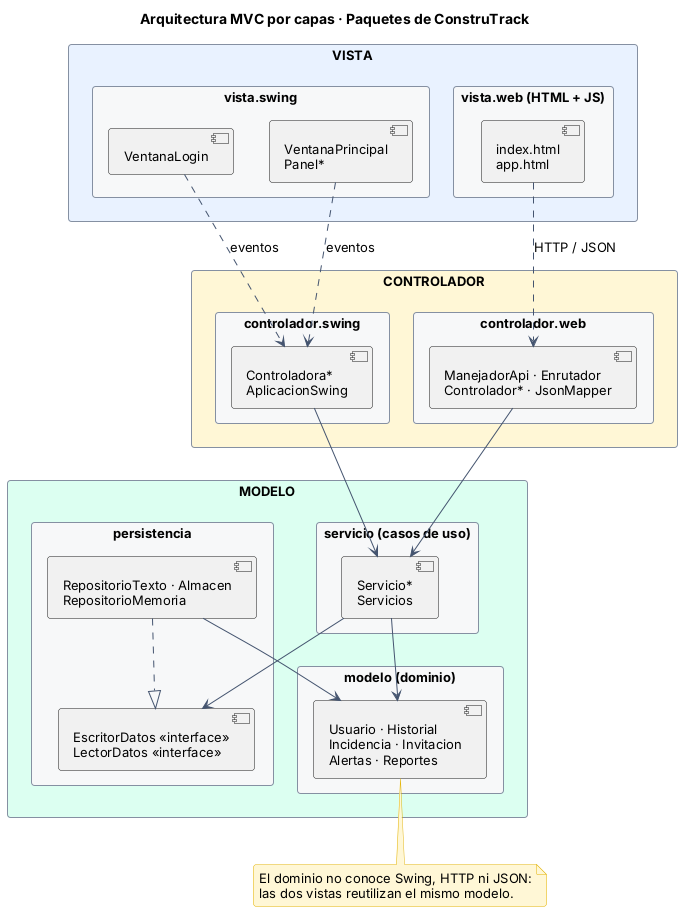
The PlantUML diagram docs/diagramas/img/paquetes_mvc.png in diavolo34/Proyecto-Poo, before a commit.
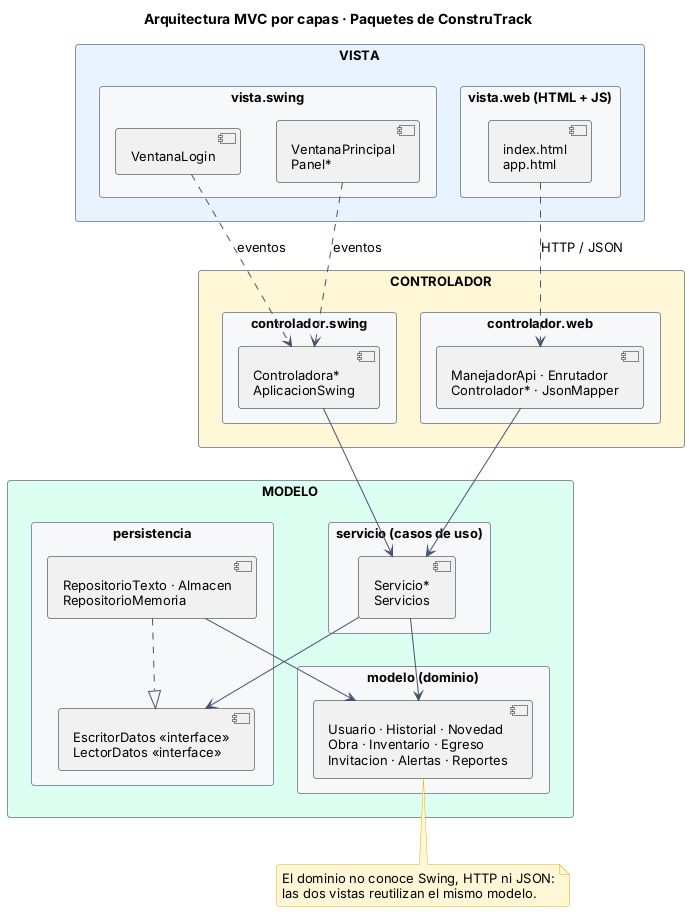
The same file after the commit.

Diff of the diagram source:
```diff
@@ -25,7 +25,7 @@
     [Servicio*\nServicios] as SVC
   }
   package "modelo (dominio)" as MD {
-    [Usuario · Historial\nIncidencia · Invitacion\nAlertas · Reportes] as DOM
+    [Usuario · Historial · Novedad\nObra · Inventario · Egreso\nInvitacion · Alertas · Reportes] as DOM
   }
   package "persistencia" as PE {
     [EscritorDatos «interface»\nLectorDatos «interface»] as PI
```
